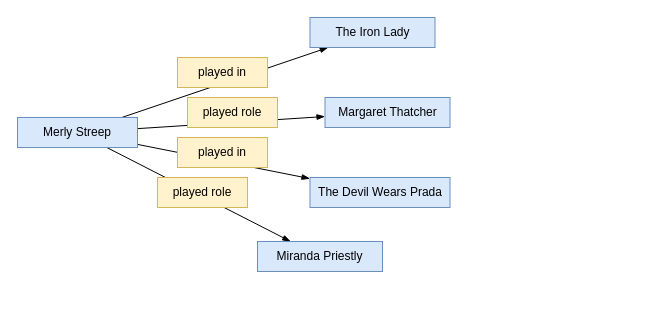
This is smw/skript/drawings/merly_streep_example.drawio from StefanZander/lecture_notes, a draw.io file, before an edit. Source tidied: cells renumbered, new cells numbered last; positions are measured from the earlier drawing's top-left corner, leaving out a move shared by most shapes. Both pictures are drawn from the tidied source at 100%, with x=0, y=0 at pixel (17, 17).
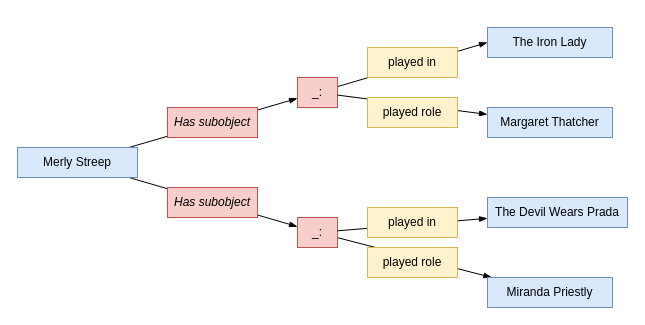
Above is the later version.

What changed in the source:
```diff
@@
-    <mxCell id="2" style="edgeStyle=none;rounded=0;comic=0;jettySize=auto;html=1;endArrow=blockThin;endFill=1;strokeWidth=1;fontSize=12;fontColor=#0000FF;" parent="1" edge="1" source="6" target="7">
+    <mxCell id="2" style="edgeStyle=none;rounded=0;comic=0;jettySize=auto;html=1;endArrow=blockThin;endFill=1;strokeWidth=1;fontSize=12;fontColor=#0000FF;" parent="1" edge="1" source="6" target="15">
       <mxGeometry relative="1" as="geometry" />
     </mxCell>
-    <mxCell id="3" style="edgeStyle=none;rounded=0;comic=0;jettySize=auto;html=1;endArrow=blockThin;endFill=1;strokeWidth=1;fontSize=12;fontColor=#0000FF;" parent="1" edge="1" source="6" target="8">
+    <mxCell id="3" style="edgeStyle=none;rounded=0;comic=0;jettySize=auto;html=1;endArrow=blockThin;endFill=1;strokeWidth=1;fontSize=12;fontColor=#0000FF;entryX=0;entryY=0.5;entryDx=0;entryDy=0;" parent="1" edge="1" source="15" target="7">
       <mxGeometry relative="1" as="geometry" />
     </mxCell>
-    <mxCell id="4" style="edgeStyle=none;rounded=0;comic=0;jettySize=auto;html=1;endArrow=blockThin;endFill=1;strokeWidth=1;fontSize=12;fontColor=#0000FF;" parent="1" edge="1" source="6" target="9">
+    <mxCell id="4" style="edgeStyle=none;rounded=0;comic=0;jettySize=auto;html=1;endArrow=blockThin;endFill=1;strokeWidth=1;fontSize=12;fontColor=#0000FF;" parent="1" edge="1" source="6" target="16">
       <mxGeometry relative="1" as="geometry" />
     </mxCell>
-    <mxCell id="5" style="edgeStyle=none;rounded=0;comic=0;jettySize=auto;html=1;endArrow=blockThin;endFill=1;strokeWidth=1;fontSize=12;fontColor=#0000FF;" parent="1" edge="1" source="6" target="10">
+    <mxCell id="5" style="edgeStyle=none;rounded=0;comic=0;jettySize=auto;html=1;endArrow=blockThin;endFill=1;strokeWidth=1;fontSize=12;fontColor=#0000FF;" parent="1" edge="1" source="16" target="10">
       <mxGeometry relative="1" as="geometry" />
     </mxCell>
     <mxCell id="6" value="Merly Streep" style="rounded=0;whiteSpace=wrap;html=1;shadow=0;glass=0;strokeColor=#6c8ebf;strokeWidth=1;fontSize=12;align=center;fillColor=#dae8fc;fontStyle=0;" parent="1" vertex="1">
-      <mxGeometry y="100" width="120" height="30" as="geometry" />
+      <mxGeometry y="130" width="120" height="30" as="geometry" />
     </mxCell>
     <mxCell id="7" value="The Iron Lady" style="rounded=0;whiteSpace=wrap;html=1;shadow=0;glass=0;strokeColor=#6c8ebf;strokeWidth=1;fontSize=12;align=center;fillColor=#dae8fc;fontStyle=0;" parent="1" vertex="1">
-      <mxGeometry x="292.5" width="125" height="30" as="geometry" />
+      <mxGeometry x="470" y="10" width="125" height="30" as="geometry" />
     </mxCell>
     <mxCell id="8" value="Margaret Thatcher" style="rounded=0;whiteSpace=wrap;html=1;shadow=0;glass=0;strokeColor=#6c8ebf;strokeWidth=1;fontSize=12;align=center;fillColor=#dae8fc;fontStyle=0;" parent="1" vertex="1">
-      <mxGeometry x="307.5" y="80" width="125" height="30" as="geometry" />
+      <mxGeometry x="470" y="90" width="125" height="30" as="geometry" />
     </mxCell>
     <mxCell id="9" value="The Devil Wears Prada" style="rounded=0;whiteSpace=wrap;html=1;shadow=0;glass=0;strokeColor=#6c8ebf;strokeWidth=1;fontSize=12;align=center;fillColor=#dae8fc;fontStyle=0;" parent="1" vertex="1">
-      <mxGeometry x="292.5" y="160" width="140" height="30" as="geometry" />
+      <mxGeometry x="470" y="180" width="140" height="30" as="geometry" />
     </mxCell>
     <mxCell id="10" value="Miranda Priestly" style="rounded=0;whiteSpace=wrap;html=1;shadow=0;glass=0;strokeColor=#6c8ebf;strokeWidth=1;fontSize=12;align=center;fillColor=#dae8fc;fontStyle=0;" parent="1" vertex="1">
-      <mxGeometry x="240" y="224" width="125" height="30" as="geometry" />
+      <mxGeometry x="470" y="260" width="125" height="30" as="geometry" />
     </mxCell>
     <mxCell id="11" value="played in" style="rounded=0;whiteSpace=wrap;html=1;shadow=0;glass=0;strokeColor=#d6b656;strokeWidth=1;fontSize=12;align=center;fillColor=#fff2cc;fontStyle=0;" parent="1" vertex="1">
-      <mxGeometry x="160" y="40" width="90" height="30" as="geometry" />
+      <mxGeometry x="350" y="30" width="90" height="30" as="geometry" />
     </mxCell>
+    <mxCell id="14" value="played role" style="rounded=0;whiteSpace=wrap;html=1;shadow=0;glass=0;strokeColor=#d6b656;strokeWidth=1;fontSize=12;align=center;fillColor=#fff2cc;fontStyle=0;" parent="1" vertex="1">
+      <mxGeometry x="350" y="230" width="90" height="30" as="geometry" />
+    </mxCell>
+    <mxCell id="15" value="_:" style="rounded=0;whiteSpace=wrap;html=1;shadow=0;glass=0;strokeColor=#b85450;strokeWidth=1;fontSize=12;align=center;fillColor=#f8cecc;fontStyle=0;" parent="1" vertex="1">
+      <mxGeometry x="280" y="60" width="40" height="30" as="geometry" />
+    </mxCell>
+    <mxCell id="16" value="_:" style="rounded=0;whiteSpace=wrap;html=1;shadow=0;glass=0;strokeColor=#b85450;strokeWidth=1;fontSize=12;align=center;fillColor=#f8cecc;fontStyle=0;" parent="1" vertex="1">
+      <mxGeometry x="280" y="200" width="40" height="30" as="geometry" />
+    </mxCell>
+    <mxCell id="17" style="edgeStyle=none;rounded=0;comic=0;jettySize=auto;html=1;endArrow=blockThin;endFill=1;strokeWidth=1;fontSize=12;fontColor=#0000FF;" parent="1" edge="1" source="15" target="8">
+      <mxGeometry relative="1" as="geometry" />
+    </mxCell>
+    <mxCell id="13" value="played role" style="rounded=0;whiteSpace=wrap;html=1;shadow=0;glass=0;strokeColor=#d6b656;strokeWidth=1;fontSize=12;align=center;fillColor=#fff2cc;fontStyle=0;" parent="1" vertex="1">
+      <mxGeometry x="350" y="80" width="90" height="30" as="geometry" />
+    </mxCell>
+    <mxCell id="18" value="Has subobject" style="rounded=0;whiteSpace=wrap;html=1;shadow=0;glass=0;strokeColor=#b85450;strokeWidth=1;fontSize=12;align=center;fillColor=#f8cecc;fontStyle=2;" parent="1" vertex="1">
+      <mxGeometry x="150" y="90" width="90" height="30" as="geometry" />
+    </mxCell>
+    <mxCell id="19" value="Has subobject" style="rounded=0;whiteSpace=wrap;html=1;shadow=0;glass=0;strokeColor=#b85450;strokeWidth=1;fontSize=12;align=center;fillColor=#f8cecc;fontStyle=2;" parent="1" vertex="1">
+      <mxGeometry x="150" y="170" width="90" height="30" as="geometry" />
+    </mxCell>
+    <mxCell id="20" style="edgeStyle=none;rounded=0;comic=0;jettySize=auto;html=1;endArrow=blockThin;endFill=1;strokeWidth=1;fontSize=12;fontColor=#0000FF;" parent="1" edge="1" source="16" target="9">
+      <mxGeometry relative="1" as="geometry" />
+    </mxCell>
     <mxCell id="12" value="played in" style="rounded=0;whiteSpace=wrap;html=1;shadow=0;glass=0;strokeColor=#d6b656;strokeWidth=1;fontSize=12;align=center;fillColor=#fff2cc;fontStyle=0;" parent="1" vertex="1">
-      <mxGeometry x="160" y="120" width="90" height="30" as="geometry" />
+      <mxGeometry x="350" y="190" width="90" height="30" as="geometry" />
     </mxCell>
-    <mxCell id="13" value="played role" style="rounded=0;whiteSpace=wrap;html=1;shadow=0;glass=0;strokeColor=#d6b656;strokeWidth=1;fontSize=12;align=center;fillColor=#fff2cc;fontStyle=0;" parent="1" vertex="1">
-      <mxGeometry x="170" y="80" width="90" height="30" as="geometry" />
-    </mxCell>
-    <mxCell id="14" value="played role" style="rounded=0;whiteSpace=wrap;html=1;shadow=0;glass=0;strokeColor=#d6b656;strokeWidth=1;fontSize=12;align=center;fillColor=#fff2cc;fontStyle=0;" parent="1" vertex="1">
-      <mxGeometry x="140" y="160" width="90" height="30" as="geometry" />
-    </mxCell>
```
